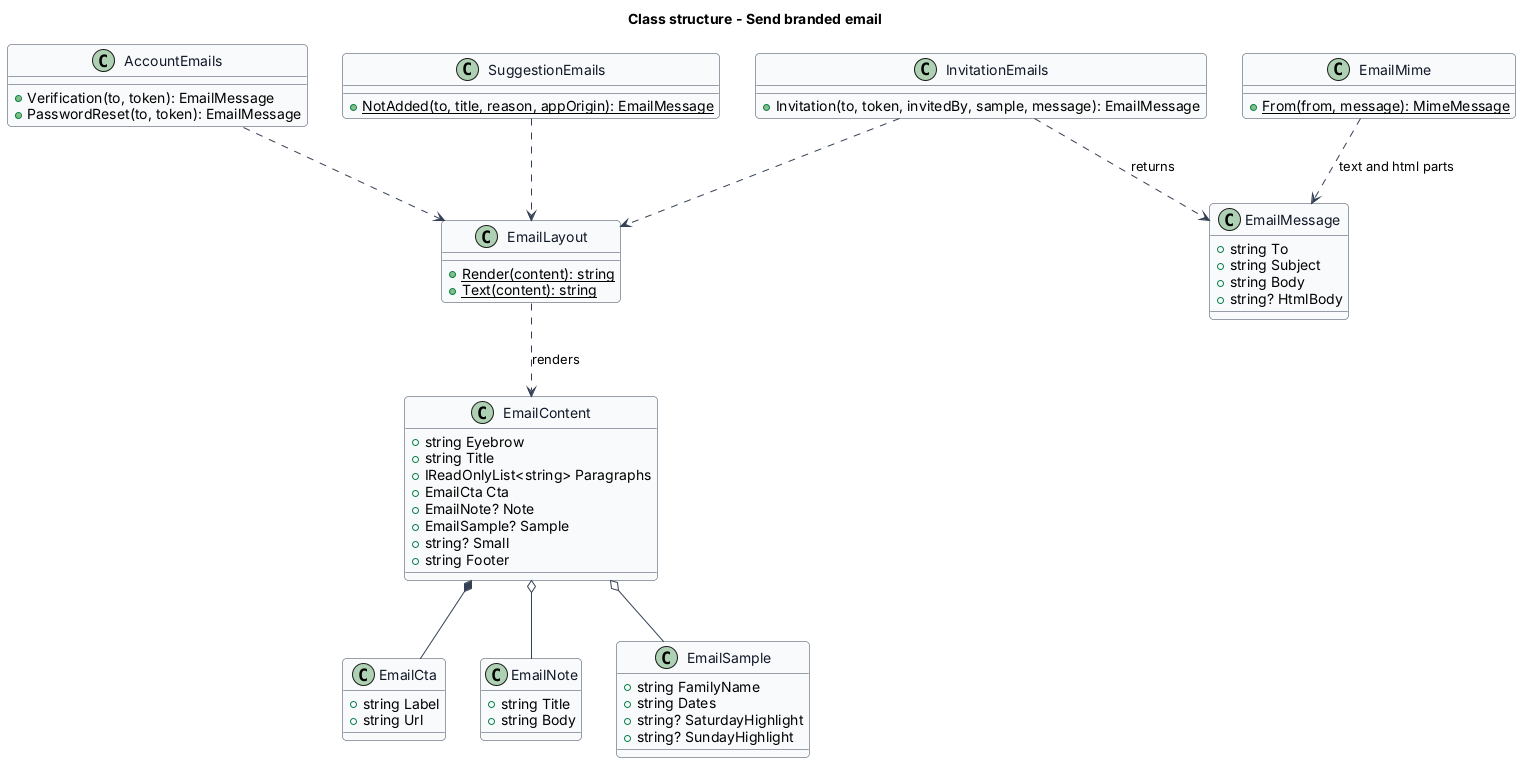
This is docs/detailed-designs/operations/send-branded-email/diagrams/class-structure.png from QuinntyneBrown/saturdaze, a PlantUML export, as it was before one commit.
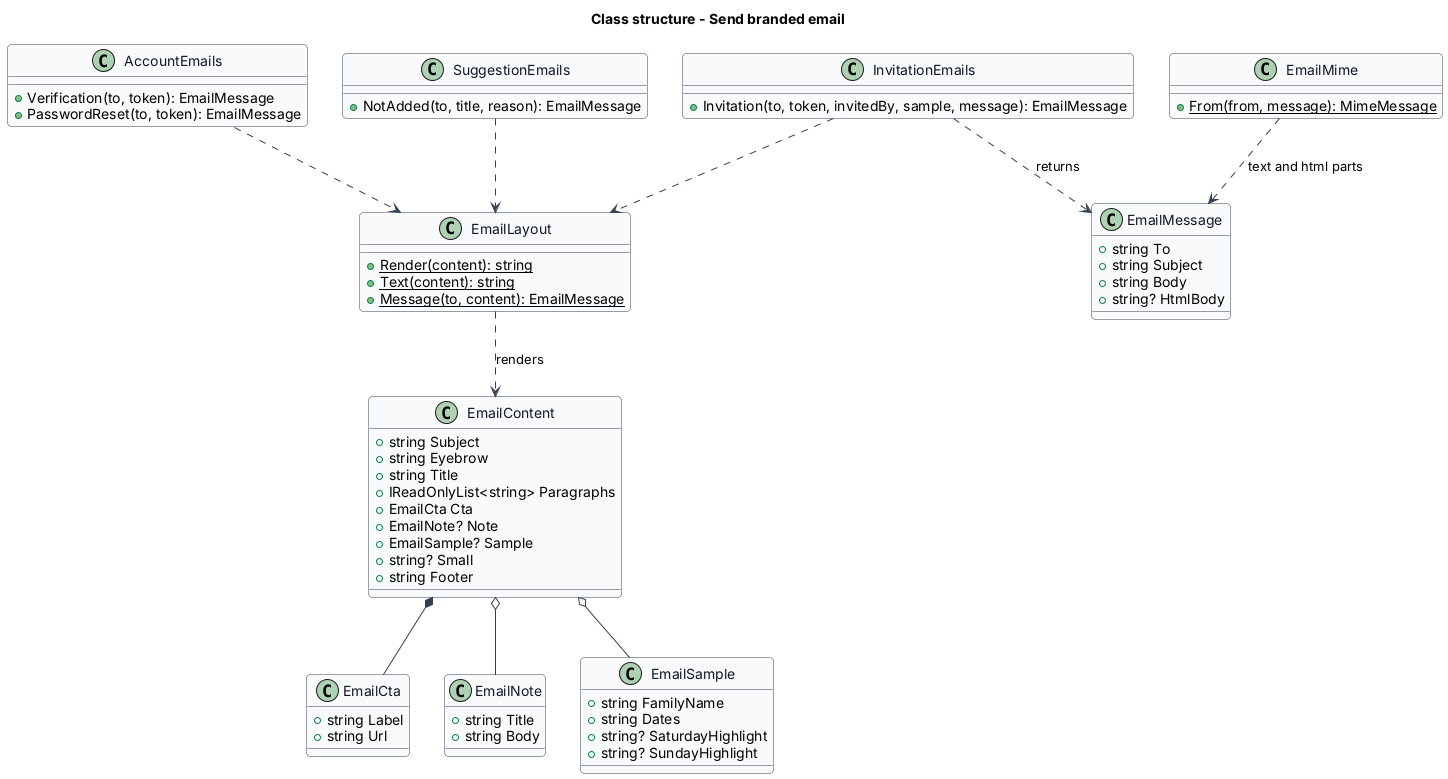
The same file after the commit.

Diff of the diagram source:
```diff
@@ -19,6 +19,7 @@
 }
 
 class EmailContent {
+  +string Subject
   +string Eyebrow
   +string Title
   +IReadOnlyList<string> Paragraphs
@@ -49,6 +50,7 @@
 class EmailLayout {
   {static} +Render(content): string
   {static} +Text(content): string
+  {static} +Message(to, content): EmailMessage
 }
 
 class InvitationEmails {
@@ -61,7 +63,7 @@
 }
 
 class SuggestionEmails {
-  {static} +NotAdded(to, title, reason, appOrigin): EmailMessage
+  +NotAdded(to, title, reason): EmailMessage
 }
 
 class EmailMime {
```
